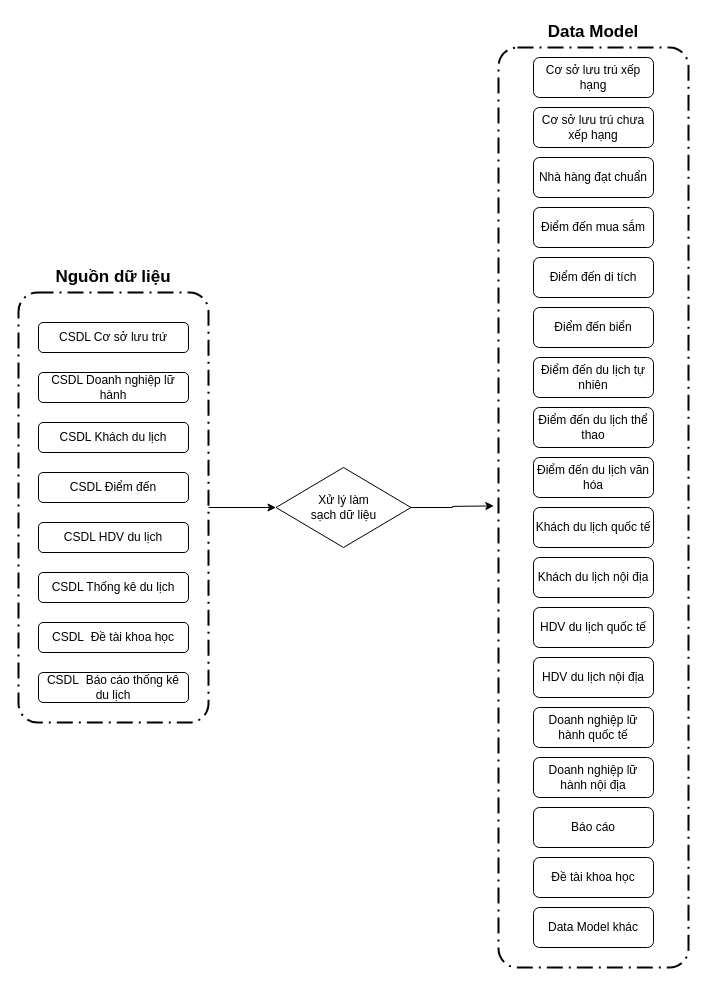
This is page "Page-4" (4 of 4) of so-do-draw/tcdl.drawio from letheanh12345/Draw-io, a draw.io file, before an edit. Source tidied: cells renumbered, new cells numbered last; positions are measured from the earlier drawing's top-left corner, leaving out a move shared by most shapes. Both pictures are drawn from the tidied source at 100%, with x=0, y=0 at pixel (18, 17).
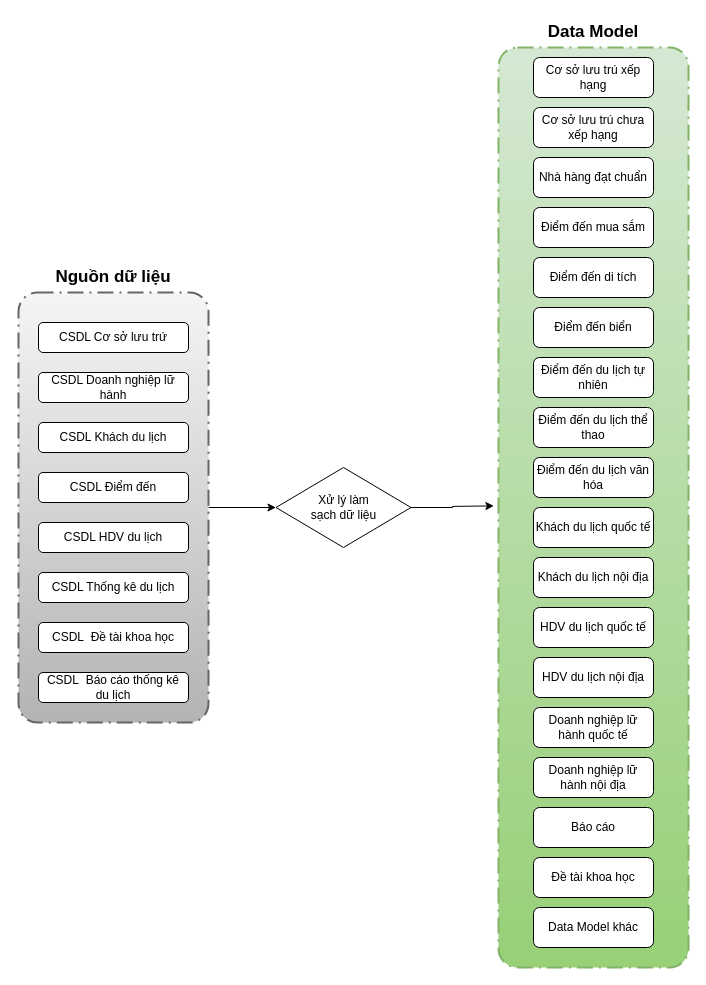
The same page after the edit.

Diff of the diagram source:
```diff
@@
-    <mxCell id="3" style="points=[[0.25,0,0],[0.5,0,0],[0.75,0,0],[1,0.25,0],[1,0.5,0],[1,0.75,0],[0.75,1,0],[0.5,1,0],[0.25,1,0],[0,0.75,0],[0,0.5,0],[0,0.25,0]];rounded=1;arcSize=10;dashed=1;strokeColor=#000000;fillColor=none;gradientColor=none;dashPattern=8 3 1 3;strokeWidth=2;fontStyle=1;fontSize=20;" parent="1" vertex="1">
+    <mxCell id="3" style="points=[[0.25,0,0],[0.5,0,0],[0.75,0,0],[1,0.25,0],[1,0.5,0],[1,0.75,0],[0.75,1,0],[0.5,1,0],[0.25,1,0],[0,0.75,0],[0,0.5,0],[0,0.25,0]];rounded=1;arcSize=10;dashed=1;strokeColor=#666666;fillColor=#f5f5f5;gradientColor=#b3b3b3;dashPattern=8 3 1 3;strokeWidth=2;fontStyle=1;fontSize=20;" parent="1" vertex="1">
       <mxGeometry y="275" width="190" height="430" as="geometry" />
     </mxCell>
@@
-    <mxCell id="14" style="rounded=1;arcSize=10;dashed=1;strokeColor=#000000;fillColor=none;gradientColor=none;dashPattern=8 3 1 3;strokeWidth=2;fontStyle=1;fontSize=20;" parent="1" vertex="1">
+    <mxCell id="14" style="rounded=1;arcSize=10;dashed=1;strokeColor=#82b366;fillColor=#d5e8d4;gradientColor=#97d077;dashPattern=8 3 1 3;strokeWidth=2;fontStyle=1;fontSize=20;" parent="1" vertex="1">
       <mxGeometry x="480" y="30" width="190" height="920" as="geometry" />
     </mxCell>
```
